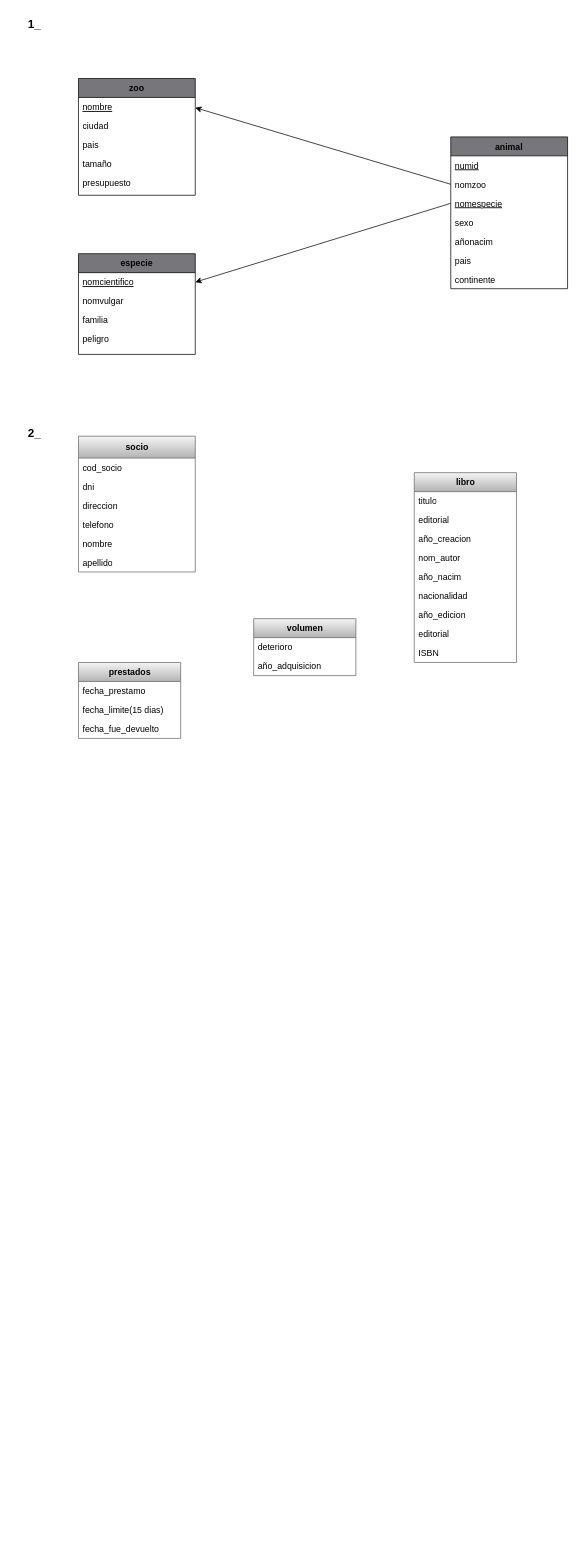
This is Diagrama sin título.drawio from JuanPaBV/DyABasesDatos, a draw.io file, before an edit. Source tidied: cells renumbered, new cells numbered last; positions are measured from the earlier drawing's top-left corner, leaving out a move shared by most shapes. Both pictures are drawn from the tidied source at 73%, with x=0, y=0 at pixel (12, 12).
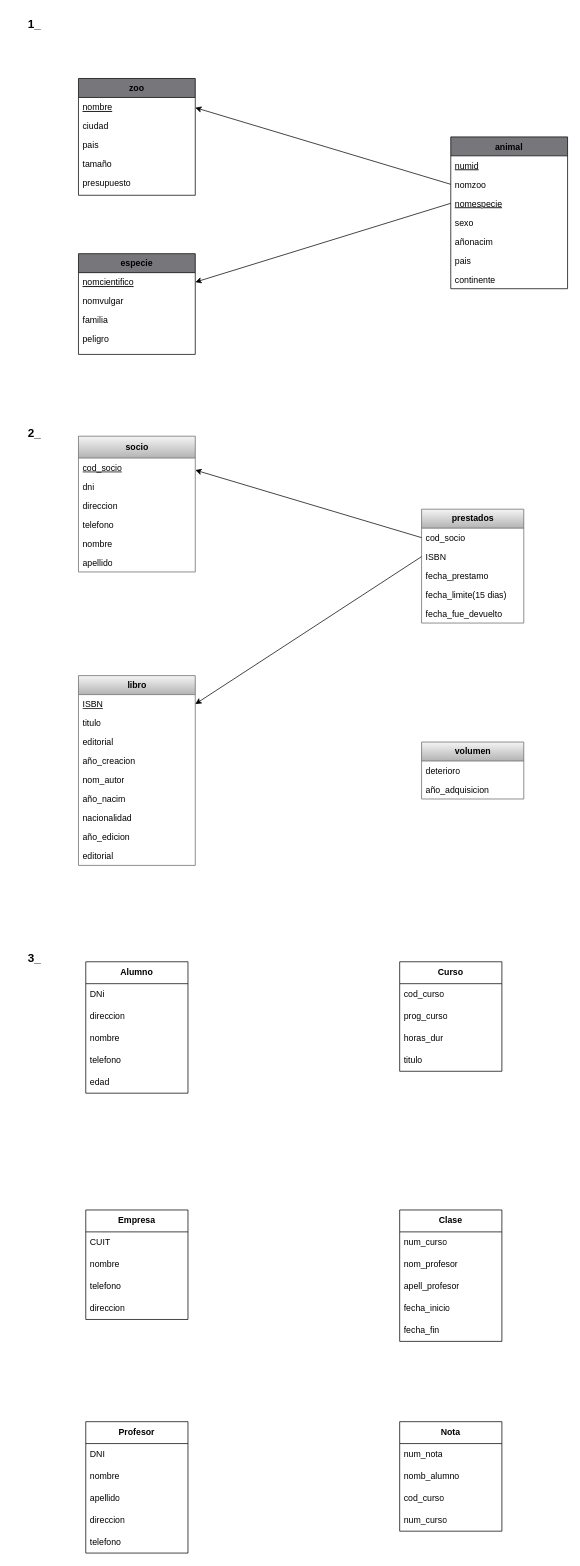
After the change.

Unchanged cells that the change refers to:
```xml
<mxCell id="26" value="&lt;b&gt;socio&lt;/b&gt;" style="swimlane;fontStyle=0;horizontal=1;startSize=30;fillColor=#f5f5f5;html=1;strokeColor=#666666;gradientColor=#b3b3b3;" parent="1" vertex="1">
  <mxGeometry x="90" y="580" width="160" height="186" as="geometry" />
</mxCell>
```

The edit, as a diff of the source:
```diff
@@
-    <mxCell id="27" value="cod_socio" style="text;strokeColor=none;fillColor=none;align=left;verticalAlign=top;spacingLeft=4;spacingRight=4;overflow=hidden;whiteSpace=wrap;html=1;" parent="26" vertex="1">
+    <mxCell id="27" value="&lt;u&gt;cod_socio&lt;/u&gt;" style="text;strokeColor=none;fillColor=none;align=left;verticalAlign=top;spacingLeft=4;spacingRight=4;overflow=hidden;whiteSpace=wrap;html=1;" parent="26" vertex="1">
       <mxGeometry y="30" width="160" height="26" as="geometry" />
     </mxCell>
@@
     <mxCell id="33" value="&lt;div&gt;&lt;b&gt;volumen&lt;br&gt;&lt;/b&gt;&lt;/div&gt;" style="swimlane;fontStyle=0;horizontal=1;startSize=26;fillColor=#f5f5f5;html=1;gradientColor=#b3b3b3;strokeColor=#666666;" parent="1" vertex="1">
-      <mxGeometry x="330" y="830" width="140" height="78" as="geometry" />
+      <mxGeometry x="560" y="999" width="140" height="78" as="geometry" />
     </mxCell>
@@
     <mxCell id="36" value="&lt;b&gt;prestados&lt;/b&gt;" style="swimlane;fontStyle=0;horizontal=1;startSize=26;fillColor=#f5f5f5;html=1;gradientColor=#b3b3b3;strokeColor=#666666;" parent="1" vertex="1">
-      <mxGeometry x="90" y="890" width="140" height="104" as="geometry" />
+      <mxGeometry x="560" y="680" width="140" height="156" as="geometry" />
     </mxCell>
+    <mxCell id="50" value="cod_socio" style="text;strokeColor=none;fillColor=none;align=left;verticalAlign=top;spacingLeft=4;spacingRight=4;overflow=hidden;points=[[0,0.5],[1,0.5]];portConstraint=eastwest;whiteSpace=wrap;html=1;" parent="36" vertex="1">
+      <mxGeometry y="26" width="140" height="26" as="geometry" />
+    </mxCell>
+    <mxCell id="51" value="ISBN" style="text;strokeColor=none;fillColor=none;align=left;verticalAlign=top;spacingLeft=4;spacingRight=4;overflow=hidden;points=[[0,0.5],[1,0.5]];portConstraint=eastwest;whiteSpace=wrap;html=1;" parent="36" vertex="1">
+      <mxGeometry y="52" width="140" height="26" as="geometry" />
+    </mxCell>
     <mxCell id="37" value="fecha_prestamo" style="text;strokeColor=none;fillColor=none;align=left;verticalAlign=top;spacingLeft=4;spacingRight=4;overflow=hidden;whiteSpace=wrap;html=1;" parent="36" vertex="1">
-      <mxGeometry y="26" width="140" height="26" as="geometry" />
+      <mxGeometry y="78" width="140" height="26" as="geometry" />
     </mxCell>
     <mxCell id="38" value="fecha_limite(15 dias)" style="text;strokeColor=none;fillColor=none;align=left;verticalAlign=top;spacingLeft=4;spacingRight=4;overflow=hidden;whiteSpace=wrap;html=1;" parent="36" vertex="1">
-      <mxGeometry y="52" width="140" height="26" as="geometry" />
+      <mxGeometry y="104" width="140" height="26" as="geometry" />
     </mxCell>
     <mxCell id="39" value="fecha_fue_devuelto" style="text;strokeColor=none;fillColor=none;align=left;verticalAlign=top;spacingLeft=4;spacingRight=4;overflow=hidden;whiteSpace=wrap;html=1;" parent="36" vertex="1">
-      <mxGeometry y="78" width="140" height="26" as="geometry" />
+      <mxGeometry y="130" width="140" height="26" as="geometry" />
     </mxCell>
     <mxCell id="40" value="&lt;b&gt;libro&lt;/b&gt;" style="swimlane;fontStyle=0;horizontal=1;startSize=26;html=1;fillColor=#f5f5f5;strokeColor=#666666;gradientColor=#b3b3b3;" parent="1" vertex="1">
-      <mxGeometry x="550" y="630" width="140" height="260" as="geometry" />
+      <mxGeometry x="90" y="908" width="160" height="260" as="geometry" />
     </mxCell>
+    <mxCell id="49" value="ISBN" style="text;strokeColor=none;fillColor=none;align=left;verticalAlign=top;spacingLeft=4;spacingRight=4;overflow=hidden;points=[[0,0.5],[1,0.5]];portConstraint=eastwest;whiteSpace=wrap;html=1;fontStyle=4;" parent="40" vertex="1">
+      <mxGeometry y="26" width="160" height="26" as="geometry" />
+    </mxCell>
     <mxCell id="41" value="titulo" style="text;strokeColor=none;fillColor=none;align=left;verticalAlign=top;spacingLeft=4;spacingRight=4;overflow=hidden;whiteSpace=wrap;html=1;" parent="40" vertex="1">
-      <mxGeometry y="26" width="140" height="26" as="geometry" />
+      <mxGeometry y="52" width="160" height="26" as="geometry" />
     </mxCell>
     <mxCell id="42" value="editorial" style="text;strokeColor=none;fillColor=none;align=left;verticalAlign=top;spacingLeft=4;spacingRight=4;overflow=hidden;whiteSpace=wrap;html=1;" parent="40" vertex="1">
-      <mxGeometry y="52" width="140" height="26" as="geometry" />
+      <mxGeometry y="78" width="160" height="26" as="geometry" />
     </mxCell>
     <mxCell id="43" value="año_creacion" style="text;strokeColor=none;fillColor=none;align=left;verticalAlign=top;spacingLeft=4;spacingRight=4;overflow=hidden;whiteSpace=wrap;html=1;" parent="40" vertex="1">
-      <mxGeometry y="78" width="140" height="26" as="geometry" />
+      <mxGeometry y="104" width="160" height="26" as="geometry" />
     </mxCell>
     <mxCell id="44" value="nom_autor" style="text;strokeColor=none;fillColor=none;align=left;verticalAlign=top;spacingLeft=4;spacingRight=4;overflow=hidden;whiteSpace=wrap;html=1;" parent="40" vertex="1">
-      <mxGeometry y="104" width="140" height="26" as="geometry" />
+      <mxGeometry y="130" width="160" height="26" as="geometry" />
     </mxCell>
     <mxCell id="45" value="año_nacim" style="text;strokeColor=none;fillColor=none;align=left;verticalAlign=top;spacingLeft=4;spacingRight=4;overflow=hidden;whiteSpace=wrap;html=1;" parent="40" vertex="1">
-      <mxGeometry y="130" width="140" height="26" as="geometry" />
+      <mxGeometry y="156" width="160" height="26" as="geometry" />
     </mxCell>
     <mxCell id="46" value="nacionalidad" style="text;strokeColor=none;fillColor=none;align=left;verticalAlign=top;spacingLeft=4;spacingRight=4;overflow=hidden;whiteSpace=wrap;html=1;" parent="40" vertex="1">
-      <mxGeometry y="156" width="140" height="26" as="geometry" />
+      <mxGeometry y="182" width="160" height="26" as="geometry" />
     </mxCell>
     <mxCell id="47" value="año_edicion" style="text;strokeColor=none;fillColor=none;align=left;verticalAlign=top;spacingLeft=4;spacingRight=4;overflow=hidden;whiteSpace=wrap;html=1;" parent="40" vertex="1">
-      <mxGeometry y="182" width="140" height="26" as="geometry" />
+      <mxGeometry y="208" width="160" height="26" as="geometry" />
     </mxCell>
     <mxCell id="48" value="editorial" style="text;strokeColor=none;fillColor=none;align=left;verticalAlign=top;spacingLeft=4;spacingRight=4;overflow=hidden;whiteSpace=wrap;html=1;" parent="40" vertex="1">
-      <mxGeometry y="208" width="140" height="26" as="geometry" />
+      <mxGeometry y="234" width="160" height="26" as="geometry" />
     </mxCell>
-    <mxCell id="49" value="ISBN" style="text;strokeColor=none;fillColor=none;align=left;verticalAlign=top;spacingLeft=4;spacingRight=4;overflow=hidden;points=[[0,0.5],[1,0.5]];portConstraint=eastwest;whiteSpace=wrap;html=1;" parent="40" vertex="1">
-      <mxGeometry y="234" width="140" height="26" as="geometry" />
-    </mxCell>
+    <mxCell id="52" style="endArrow=classic;html=1;rounded=0;entryX=1;entryY=0.25;entryDx=0;entryDy=0;exitX=0;exitY=0.5;exitDx=0;exitDy=0;" parent="1" edge="1" source="50" target="26">
+      <mxGeometry relative="1" as="geometry" />
+    </mxCell>
+    <mxCell id="53" style="endArrow=classic;html=1;rounded=0;entryX=1;entryY=0.5;entryDx=0;entryDy=0;exitX=0;exitY=0.5;exitDx=0;exitDy=0;" parent="1" edge="1" source="51" target="49">
+      <mxGeometry relative="1" as="geometry" />
+    </mxCell>
+    <mxCell id="54" value="3_" style="text;html=1;align=center;verticalAlign=middle;whiteSpace=wrap;rounded=0;fontStyle=1;fontSize=16;" parent="1" vertex="1">
+      <mxGeometry y="1280" width="60" height="30" as="geometry" />
+    </mxCell>
+    <mxCell id="55" value="&lt;b&gt;Alumno&lt;/b&gt;" style="swimlane;fontStyle=0;horizontal=1;startSize=30;whiteSpace=wrap;html=1;" parent="1" vertex="1">
+      <mxGeometry x="100" y="1300" width="140" height="180" as="geometry" />
+    </mxCell>
+    <mxCell id="56" value="DNi" style="text;strokeColor=none;fillColor=none;align=left;verticalAlign=middle;spacingLeft=4;spacingRight=4;overflow=hidden;whiteSpace=wrap;html=1;" parent="55" vertex="1">
+      <mxGeometry y="30" width="140" height="30" as="geometry" />
+    </mxCell>
+    <mxCell id="57" value="direccion" style="text;strokeColor=none;fillColor=none;align=left;verticalAlign=middle;spacingLeft=4;spacingRight=4;overflow=hidden;whiteSpace=wrap;html=1;" parent="55" vertex="1">
+      <mxGeometry y="60" width="140" height="30" as="geometry" />
+    </mxCell>
+    <mxCell id="58" value="nombre" style="text;strokeColor=none;fillColor=none;align=left;verticalAlign=middle;spacingLeft=4;spacingRight=4;overflow=hidden;whiteSpace=wrap;html=1;" parent="55" vertex="1">
+      <mxGeometry y="90" width="140" height="30" as="geometry" />
+    </mxCell>
+    <mxCell id="59" value="telefono" style="text;strokeColor=none;fillColor=none;align=left;verticalAlign=middle;spacingLeft=4;spacingRight=4;overflow=hidden;whiteSpace=wrap;html=1;" parent="55" vertex="1">
+      <mxGeometry y="120" width="140" height="30" as="geometry" />
+    </mxCell>
+    <mxCell id="60" value="edad" style="text;strokeColor=none;fillColor=none;align=left;verticalAlign=middle;spacingLeft=4;spacingRight=4;overflow=hidden;whiteSpace=wrap;html=1;" parent="55" vertex="1">
+      <mxGeometry y="150" width="140" height="30" as="geometry" />
+    </mxCell>
+    <mxCell id="61" value="&lt;b&gt;Empresa&lt;/b&gt;" style="swimlane;fontStyle=0;horizontal=1;startSize=30;whiteSpace=wrap;html=1;" parent="1" vertex="1">
+      <mxGeometry x="100" y="1640" width="140" height="150" as="geometry" />
+    </mxCell>
+    <mxCell id="62" value="CUIT" style="text;strokeColor=none;fillColor=none;align=left;verticalAlign=middle;spacingLeft=4;spacingRight=4;overflow=hidden;whiteSpace=wrap;html=1;" parent="61" vertex="1">
+      <mxGeometry y="30" width="140" height="30" as="geometry" />
+    </mxCell>
+    <mxCell id="63" value="nombre" style="text;strokeColor=none;fillColor=none;align=left;verticalAlign=middle;spacingLeft=4;spacingRight=4;overflow=hidden;whiteSpace=wrap;html=1;" parent="61" vertex="1">
+      <mxGeometry y="60" width="140" height="30" as="geometry" />
+    </mxCell>
+    <mxCell id="64" value="telefono" style="text;strokeColor=none;fillColor=none;align=left;verticalAlign=middle;spacingLeft=4;spacingRight=4;overflow=hidden;whiteSpace=wrap;html=1;" parent="61" vertex="1">
+      <mxGeometry y="90" width="140" height="30" as="geometry" />
+    </mxCell>
+    <mxCell id="65" value="direccion" style="text;strokeColor=none;fillColor=none;align=left;verticalAlign=middle;spacingLeft=4;spacingRight=4;overflow=hidden;whiteSpace=wrap;html=1;" parent="61" vertex="1">
+      <mxGeometry y="120" width="140" height="30" as="geometry" />
+    </mxCell>
+    <mxCell id="66" value="&lt;b&gt;Curso&lt;/b&gt;" style="swimlane;fontStyle=0;horizontal=1;startSize=30;whiteSpace=wrap;html=1;" parent="1" vertex="1">
+      <mxGeometry x="530" y="1300" width="140" height="150" as="geometry" />
+    </mxCell>
+    <mxCell id="67" value="cod_curso" style="text;strokeColor=none;fillColor=none;align=left;verticalAlign=middle;spacingLeft=4;spacingRight=4;overflow=hidden;whiteSpace=wrap;html=1;" parent="66" vertex="1">
+      <mxGeometry y="30" width="140" height="30" as="geometry" />
+    </mxCell>
+    <mxCell id="68" value="prog_curso" style="text;strokeColor=none;fillColor=none;align=left;verticalAlign=middle;spacingLeft=4;spacingRight=4;overflow=hidden;whiteSpace=wrap;html=1;" parent="66" vertex="1">
+      <mxGeometry y="60" width="140" height="30" as="geometry" />
+    </mxCell>
+    <mxCell id="69" value="horas_dur" style="text;strokeColor=none;fillColor=none;align=left;verticalAlign=middle;spacingLeft=4;spacingRight=4;overflow=hidden;whiteSpace=wrap;html=1;" parent="66" vertex="1">
+      <mxGeometry y="90" width="140" height="30" as="geometry" />
+    </mxCell>
+    <mxCell id="70" value="titulo" style="text;strokeColor=none;fillColor=none;align=left;verticalAlign=middle;spacingLeft=4;spacingRight=4;overflow=hidden;whiteSpace=wrap;html=1;" parent="66" vertex="1">
+      <mxGeometry y="120" width="140" height="30" as="geometry" />
+    </mxCell>
+    <mxCell id="71" value="&lt;b&gt;Clase&lt;/b&gt;" style="swimlane;fontStyle=0;horizontal=1;startSize=30;whiteSpace=wrap;html=1;" parent="1" vertex="1">
+      <mxGeometry x="530" y="1640" width="140" height="180" as="geometry" />
+    </mxCell>
+    <mxCell id="72" value="num_curso" style="text;strokeColor=none;fillColor=none;align=left;verticalAlign=middle;spacingLeft=4;spacingRight=4;overflow=hidden;whiteSpace=wrap;html=1;" parent="71" vertex="1">
+      <mxGeometry y="30" width="140" height="30" as="geometry" />
+    </mxCell>
+    <mxCell id="73" value="nom_profesor" style="text;strokeColor=none;fillColor=none;align=left;verticalAlign=middle;spacingLeft=4;spacingRight=4;overflow=hidden;whiteSpace=wrap;html=1;" parent="71" vertex="1">
+      <mxGeometry y="60" width="140" height="30" as="geometry" />
+    </mxCell>
+    <mxCell id="74" value="apell_profesor" style="text;strokeColor=none;fillColor=none;align=left;verticalAlign=middle;spacingLeft=4;spacingRight=4;overflow=hidden;whiteSpace=wrap;html=1;" parent="71" vertex="1">
+      <mxGeometry y="90" width="140" height="30" as="geometry" />
+    </mxCell>
+    <mxCell id="75" value="fecha_inicio" style="text;strokeColor=none;fillColor=none;align=left;verticalAlign=middle;spacingLeft=4;spacingRight=4;overflow=hidden;whiteSpace=wrap;html=1;" parent="71" vertex="1">
+      <mxGeometry y="120" width="140" height="30" as="geometry" />
+    </mxCell>
+    <mxCell id="76" value="&lt;div&gt;fecha_fin&lt;/div&gt;" style="text;strokeColor=none;fillColor=none;align=left;verticalAlign=middle;spacingLeft=4;spacingRight=4;overflow=hidden;whiteSpace=wrap;html=1;" parent="71" vertex="1">
+      <mxGeometry y="150" width="140" height="30" as="geometry" />
+    </mxCell>
+    <mxCell id="77" value="&lt;b&gt;Profesor&lt;/b&gt;" style="swimlane;fontStyle=0;horizontal=1;startSize=30;whiteSpace=wrap;html=1;" parent="1" vertex="1">
+      <mxGeometry x="100" y="1930" width="140" height="180" as="geometry" />
+    </mxCell>
+    <mxCell id="78" value="DNI" style="text;strokeColor=none;fillColor=none;align=left;verticalAlign=middle;spacingLeft=4;spacingRight=4;overflow=hidden;whiteSpace=wrap;html=1;" parent="77" vertex="1">
+      <mxGeometry y="30" width="140" height="30" as="geometry" />
+    </mxCell>
+    <mxCell id="79" value="nombre" style="text;strokeColor=none;fillColor=none;align=left;verticalAlign=middle;spacingLeft=4;spacingRight=4;overflow=hidden;whiteSpace=wrap;html=1;" parent="77" vertex="1">
+      <mxGeometry y="60" width="140" height="30" as="geometry" />
+    </mxCell>
+    <mxCell id="80" value="apellido" style="text;strokeColor=none;fillColor=none;align=left;verticalAlign=middle;spacingLeft=4;spacingRight=4;overflow=hidden;whiteSpace=wrap;html=1;" parent="77" vertex="1">
+      <mxGeometry y="90" width="140" height="30" as="geometry" />
+    </mxCell>
+    <mxCell id="81" value="direccion" style="text;strokeColor=none;fillColor=none;align=left;verticalAlign=middle;spacingLeft=4;spacingRight=4;overflow=hidden;whiteSpace=wrap;html=1;" parent="77" vertex="1">
+      <mxGeometry y="120" width="140" height="30" as="geometry" />
+    </mxCell>
+    <mxCell id="82" value="telefono" style="text;strokeColor=none;fillColor=none;align=left;verticalAlign=middle;spacingLeft=4;spacingRight=4;overflow=hidden;whiteSpace=wrap;html=1;" parent="77" vertex="1">
+      <mxGeometry y="150" width="140" height="30" as="geometry" />
+    </mxCell>
+    <mxCell id="83" value="Nota" style="swimlane;fontStyle=1;horizontal=1;startSize=30;whiteSpace=wrap;html=1;" parent="1" vertex="1">
+      <mxGeometry x="530" y="1930" width="140" height="150" as="geometry" />
+    </mxCell>
+    <mxCell id="84" value="num_nota" style="text;strokeColor=none;fillColor=none;align=left;verticalAlign=middle;spacingLeft=4;spacingRight=4;overflow=hidden;whiteSpace=wrap;html=1;" parent="83" vertex="1">
+      <mxGeometry y="30" width="140" height="30" as="geometry" />
+    </mxCell>
+    <mxCell id="85" value="nomb_alumno" style="text;strokeColor=none;fillColor=none;align=left;verticalAlign=middle;spacingLeft=4;spacingRight=4;overflow=hidden;whiteSpace=wrap;html=1;" parent="83" vertex="1">
+      <mxGeometry y="60" width="140" height="30" as="geometry" />
+    </mxCell>
+    <mxCell id="86" value="cod_curso" style="text;strokeColor=none;fillColor=none;align=left;verticalAlign=middle;spacingLeft=4;spacingRight=4;overflow=hidden;whiteSpace=wrap;html=1;" parent="83" vertex="1">
+      <mxGeometry y="90" width="140" height="30" as="geometry" />
+    </mxCell>
+    <mxCell id="87" value="num_curso" style="text;strokeColor=none;fillColor=none;align=left;verticalAlign=middle;spacingLeft=4;spacingRight=4;overflow=hidden;whiteSpace=wrap;html=1;" parent="83" vertex="1">
+      <mxGeometry y="120" width="140" height="30" as="geometry" />
+    </mxCell>
```
